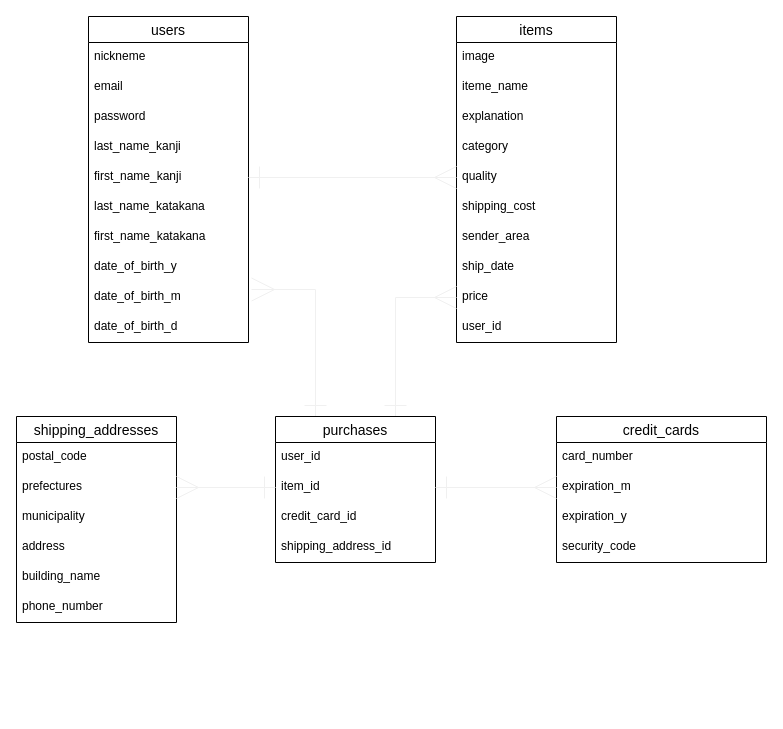
Above: furima_er.dio in hiropon0218/furima-32509 (draw.io), before the change. Source tidied: cells renumbered, new cells numbered last; positions are measured from the earlier drawing's top-left corner, leaving out a move shared by most shapes. Both pictures are drawn from the tidied source at 100%, with x=0, y=0 at pixel (16, 16).
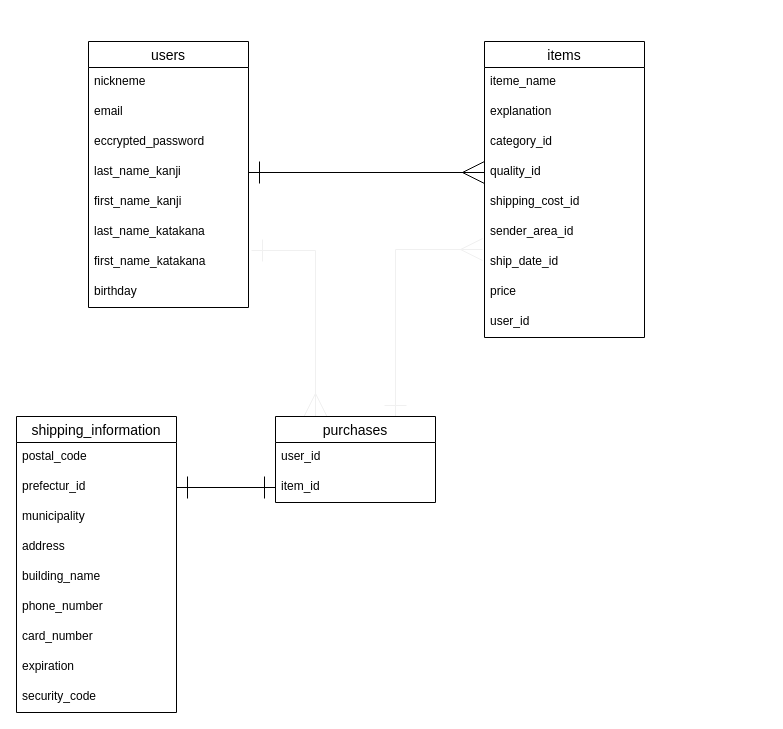
The same page after the edit.

The change refers to these unchanged cells:
```xml
<mxCell id="6" value="last_name_kanji" style="text;strokeColor=none;fillColor=none;spacingLeft=4;spacingRight=4;overflow=hidden;points=[[0,0.5],[1,0.5]];portConstraint=eastwest;fontSize=12;" parent="2" vertex="1">
  <mxGeometry y="116" width="160" height="30" as="geometry" />
</mxCell>
<mxCell id="7" value="first_name_kanji" style="text;strokeColor=none;fillColor=none;spacingLeft=4;spacingRight=4;overflow=hidden;points=[[0,0.5],[1,0.5]];portConstraint=eastwest;fontSize=12;" parent="2" vertex="1">
  <mxGeometry y="146" width="160" height="30" as="geometry" />
</mxCell>
<mxCell id="9" value="first_name_katakana" style="text;strokeColor=none;fillColor=none;spacingLeft=4;spacingRight=4;overflow=hidden;points=[[0,0.5],[1,0.5]];portConstraint=eastwest;fontSize=12;" parent="2" vertex="1">
  <mxGeometry y="206" width="160" height="30" as="geometry" />
</mxCell>
<mxCell id="40" value="item_id" style="text;strokeColor=none;fillColor=none;spacingLeft=4;spacingRight=4;overflow=hidden;points=[[0,0.5],[1,0.5]];portConstraint=eastwest;fontSize=12;" parent="38" vertex="1">
  <mxGeometry y="56" width="160" height="30" as="geometry" />
</mxCell>
```

The edit, as a diff of the source:
```diff
@@
     <mxCell id="2" value="users" style="swimlane;fontStyle=0;horizontal=1;startSize=26;align=center;fontSize=14;" parent="1" vertex="1">
-      <mxGeometry x="72" width="160" height="326" as="geometry" />
+      <mxGeometry x="72" y="25" width="160" height="266" as="geometry" />
     </mxCell>
@@
-    <mxCell id="5" value="password" style="text;strokeColor=none;fillColor=none;spacingLeft=4;spacingRight=4;overflow=hidden;fontSize=12;" parent="2" vertex="1">
+    <mxCell id="5" value="eccrypted_password" style="text;strokeColor=none;fillColor=none;spacingLeft=4;spacingRight=4;overflow=hidden;fontSize=12;" parent="2" vertex="1">
       <mxGeometry y="86" width="160" height="30" as="geometry" />
     </mxCell>
@@
-    <mxCell id="10" value="date_of_birth_y" style="text;strokeColor=none;fillColor=none;spacingLeft=4;spacingRight=4;overflow=hidden;fontSize=12;" parent="2" vertex="1">
+    <mxCell id="10" value="birthday" style="text;strokeColor=none;fillColor=none;spacingLeft=4;spacingRight=4;overflow=hidden;fontSize=12;" parent="2" vertex="1">
       <mxGeometry y="236" width="160" height="30" as="geometry" />
     </mxCell>
-    <mxCell id="11" value="date_of_birth_m" style="text;strokeColor=none;fillColor=none;spacingLeft=4;spacingRight=4;overflow=hidden;points=[[0,0.5],[1,0.5]];portConstraint=eastwest;fontSize=12;" parent="2" vertex="1">
-      <mxGeometry y="266" width="160" height="30" as="geometry" />
-    </mxCell>
-    <mxCell id="12" value="date_of_birth_d" style="text;strokeColor=none;fillColor=none;spacingLeft=4;spacingRight=4;overflow=hidden;fontSize=12;" parent="2" vertex="1">
-      <mxGeometry y="296" width="160" height="30" as="geometry" />
-    </mxCell>
     <mxCell id="13" value="items" style="swimlane;fontStyle=0;horizontal=1;startSize=26;align=center;fontSize=14;" parent="1" vertex="1">
-      <mxGeometry x="440" width="160" height="326" as="geometry" />
+      <mxGeometry x="468" y="25" width="160" height="296" as="geometry" />
     </mxCell>
-    <mxCell id="14" value="image" style="text;strokeColor=none;fillColor=none;spacingLeft=4;spacingRight=4;overflow=hidden;fontSize=12;" parent="13" vertex="1">
-      <mxGeometry y="26" width="160" height="30" as="geometry" />
-    </mxCell>
     <mxCell id="15" value="iteme_name" style="text;strokeColor=none;fillColor=none;spacingLeft=4;spacingRight=4;overflow=hidden;fontSize=12;" parent="13" vertex="1">
-      <mxGeometry y="56" width="160" height="30" as="geometry" />
+      <mxGeometry y="26" width="160" height="30" as="geometry" />
     </mxCell>
     <mxCell id="16" value="explanation" style="text;strokeColor=none;fillColor=none;spacingLeft=4;spacingRight=4;overflow=hidden;fontSize=12;" parent="13" vertex="1">
-      <mxGeometry y="86" width="160" height="30" as="geometry" />
+      <mxGeometry y="56" width="160" height="30" as="geometry" />
     </mxCell>
-    <mxCell id="17" value="category" style="text;strokeColor=none;fillColor=none;spacingLeft=4;spacingRight=4;overflow=hidden;fontSize=12;" parent="13" vertex="1">
-      <mxGeometry y="116" width="160" height="30" as="geometry" />
+    <mxCell id="17" value="category_id" style="text;strokeColor=none;fillColor=none;spacingLeft=4;spacingRight=4;overflow=hidden;fontSize=12;" parent="13" vertex="1">
+      <mxGeometry y="86" width="160" height="30" as="geometry" />
     </mxCell>
-    <mxCell id="18" value="quality" style="text;strokeColor=none;fillColor=none;spacingLeft=4;spacingRight=4;overflow=hidden;points=[[0,0.5],[1,0.5]];portConstraint=eastwest;fontSize=12;" parent="13" vertex="1">
-      <mxGeometry y="146" width="160" height="30" as="geometry" />
+    <mxCell id="18" value="quality_id" style="text;strokeColor=none;fillColor=none;spacingLeft=4;spacingRight=4;overflow=hidden;points=[[0,0.5],[1,0.5]];portConstraint=eastwest;fontSize=12;" parent="13" vertex="1">
+      <mxGeometry y="116" width="160" height="30" as="geometry" />
     </mxCell>
-    <mxCell id="19" value="shipping_cost" style="text;strokeColor=none;fillColor=none;spacingLeft=4;spacingRight=4;overflow=hidden;fontSize=12;" parent="13" vertex="1">
-      <mxGeometry y="176" width="160" height="30" as="geometry" />
+    <mxCell id="19" value="shipping_cost_id" style="text;strokeColor=none;fillColor=none;spacingLeft=4;spacingRight=4;overflow=hidden;fontSize=12;" parent="13" vertex="1">
+      <mxGeometry y="146" width="160" height="30" as="geometry" />
     </mxCell>
-    <mxCell id="20" value="sender_area" style="text;strokeColor=none;fillColor=none;spacingLeft=4;spacingRight=4;overflow=hidden;fontSize=12;" parent="13" vertex="1">
-      <mxGeometry y="206" width="160" height="30" as="geometry" />
+    <mxCell id="20" value="sender_area_id" style="text;strokeColor=none;fillColor=none;spacingLeft=4;spacingRight=4;overflow=hidden;fontSize=12;" parent="13" vertex="1">
+      <mxGeometry y="176" width="160" height="30" as="geometry" />
     </mxCell>
-    <mxCell id="21" value="ship_date" style="text;strokeColor=none;fillColor=none;spacingLeft=4;spacingRight=4;overflow=hidden;points=[[0,0.5],[1,0.5]];portConstraint=eastwest;fontSize=12;" parent="13" vertex="1">
-      <mxGeometry y="236" width="160" height="30" as="geometry" />
+    <mxCell id="21" value="ship_date_id" style="text;strokeColor=none;fillColor=none;spacingLeft=4;spacingRight=4;overflow=hidden;points=[[0,0.5],[1,0.5]];portConstraint=eastwest;fontSize=12;" parent="13" vertex="1">
+      <mxGeometry y="206" width="160" height="30" as="geometry" />
     </mxCell>
     <mxCell id="22" value="price" style="text;strokeColor=none;fillColor=none;spacingLeft=4;spacingRight=4;overflow=hidden;points=[[0,0.5],[1,0.5]];portConstraint=eastwest;fontSize=12;" parent="13" vertex="1">
-      <mxGeometry y="266" width="160" height="30" as="geometry" />
+      <mxGeometry y="236" width="160" height="30" as="geometry" />
     </mxCell>
     <mxCell id="23" value="user_id" style="text;strokeColor=none;fillColor=none;spacingLeft=4;spacingRight=4;overflow=hidden;fontSize=12;" parent="13" vertex="1">
-      <mxGeometry y="296" width="160" height="30" as="geometry" />
+      <mxGeometry y="266" width="160" height="30" as="geometry" />
     </mxCell>
-    <mxCell id="24" value="credit_cards" style="swimlane;fontStyle=0;horizontal=1;startSize=26;align=center;fontSize=14;" parent="1" vertex="1">
-      <mxGeometry x="540" y="400" width="210" height="146" as="geometry" />
-    </mxCell>
-    <mxCell id="25" value="card_number" style="text;strokeColor=none;fillColor=none;spacingLeft=4;spacingRight=4;overflow=hidden;fontSize=12;" parent="24" vertex="1">
-      <mxGeometry y="26" width="210" height="30" as="geometry" />
-    </mxCell>
-    <mxCell id="26" value="expiration_m" style="text;strokeColor=none;fillColor=none;spacingLeft=4;spacingRight=4;overflow=hidden;points=[[0,0.5],[1,0.5]];portConstraint=eastwest;fontSize=12;" parent="24" vertex="1">
-      <mxGeometry y="56" width="210" height="30" as="geometry" />
-    </mxCell>
-    <mxCell id="27" value="expiration_y" style="text;strokeColor=none;fillColor=none;spacingLeft=4;spacingRight=4;overflow=hidden;fontSize=12;" parent="24" vertex="1">
-      <mxGeometry y="86" width="210" height="30" as="geometry" />
-    </mxCell>
-    <mxCell id="28" value="security_code" style="text;strokeColor=none;fillColor=none;spacingLeft=4;spacingRight=4;overflow=hidden;fontSize=12;" parent="24" vertex="1">
-      <mxGeometry y="116" width="210" height="30" as="geometry" />
-    </mxCell>
-    <mxCell id="29" value="shipping_addresses" style="swimlane;fontStyle=0;horizontal=1;startSize=26;align=center;fontSize=14;" parent="1" vertex="1">
-      <mxGeometry y="400" width="160" height="206" as="geometry" />
+    <mxCell id="29" value="shipping_information" style="swimlane;fontStyle=0;horizontal=1;startSize=26;align=center;fontSize=14;" parent="1" vertex="1">
+      <mxGeometry y="400" width="160" height="296" as="geometry" />
     </mxCell>
@@
-    <mxCell id="31" value="prefectures" style="text;strokeColor=none;fillColor=none;spacingLeft=4;spacingRight=4;overflow=hidden;points=[[0,0.5],[1,0.5]];portConstraint=eastwest;fontSize=12;" parent="29" vertex="1">
+    <mxCell id="31" value="prefectur_id" style="text;strokeColor=none;fillColor=none;spacingLeft=4;spacingRight=4;overflow=hidden;points=[[0,0.5],[1,0.5]];portConstraint=eastwest;fontSize=12;" parent="29" vertex="1">
       <mxGeometry y="56" width="160" height="30" as="geometry" />
     </mxCell>
@@
+    <mxCell id="25" value="card_number" style="text;strokeColor=none;fillColor=none;spacingLeft=4;spacingRight=4;overflow=hidden;fontSize=12;" parent="29" vertex="1">
+      <mxGeometry y="206" width="160" height="30" as="geometry" />
+    </mxCell>
+    <mxCell id="26" value="expiration" style="text;strokeColor=none;fillColor=none;spacingLeft=4;spacingRight=4;overflow=hidden;points=[[0,0.5],[1,0.5]];portConstraint=eastwest;fontSize=12;" parent="29" vertex="1">
+      <mxGeometry y="236" width="160" height="30" as="geometry" />
+    </mxCell>
+    <mxCell id="28" value="security_code" style="text;strokeColor=none;fillColor=none;spacingLeft=4;spacingRight=4;overflow=hidden;fontSize=12;" parent="29" vertex="1">
+      <mxGeometry y="266" width="160" height="30" as="geometry" />
+    </mxCell>
-    <mxCell id="36" style="edgeStyle=orthogonalEdgeStyle;rounded=0;jettySize=auto;html=1;exitX=0.75;exitY=0;exitDx=0;exitDy=0;entryX=0;entryY=0.5;entryDx=0;entryDy=0;endArrow=ERmany;endFill=0;endSize=20;strokeColor=#f0f0f0;strokeWidth=1;startArrow=ERone;startFill=0;startSize=20;" parent="1" edge="1" source="38" target="22">
-      <mxGeometry relative="1" as="geometry" />
+    <mxCell id="36" style="edgeStyle=orthogonalEdgeStyle;rounded=0;jettySize=auto;html=1;exitX=0.75;exitY=0;exitDx=0;exitDy=0;endArrow=ERmany;endFill=0;endSize=20;strokeColor=#f0f0f0;strokeWidth=1;startArrow=ERone;startFill=0;startSize=20;entryX=-0.012;entryY=0.067;entryDx=0;entryDy=0;entryPerimeter=0;" parent="1" edge="1" source="38" target="21">
+      <mxGeometry relative="1" as="geometry">
+        <Array as="points">
+          <mxPoint x="379" y="233" />
+        </Array>
+      </mxGeometry>
     </mxCell>
-    <mxCell id="37" style="edgeStyle=orthogonalEdgeStyle;rounded=0;jettySize=auto;html=1;exitX=0.25;exitY=0;exitDx=0;exitDy=0;entryX=1.019;entryY=0.233;entryDx=0;entryDy=0;entryPerimeter=0;startArrow=ERone;startFill=0;startSize=20;endArrow=ERmany;endFill=0;endSize=21;strokeColor=#f0f0f0;strokeWidth=1;" parent="1" edge="1" source="38" target="11">
+    <mxCell id="37" style="edgeStyle=orthogonalEdgeStyle;rounded=0;jettySize=auto;html=1;entryX=0.25;entryY=0;entryDx=0;entryDy=0;startArrow=ERone;startFill=0;startSize=20;endArrow=ERmany;endFill=0;endSize=21;strokeColor=#f0f0f0;strokeWidth=1;exitX=1.019;exitY=0.1;exitDx=0;exitDy=0;exitPerimeter=0;" parent="1" edge="1" source="9" target="38">
       <mxGeometry relative="1" as="geometry">
         <Array as="points">
-          <mxPoint x="299" y="273" />
+          <mxPoint x="299" y="234" />
         </Array>
       </mxGeometry>
     </mxCell>
     <mxCell id="38" value="purchases" style="swimlane;fontStyle=0;horizontal=1;startSize=26;align=center;fontSize=14;" parent="1" vertex="1">
-      <mxGeometry x="259" y="400" width="160" height="146" as="geometry" />
+      <mxGeometry x="259" y="400" width="160" height="86" as="geometry" />
     </mxCell>
@@
-    <mxCell id="41" value="credit_card_id" style="text;strokeColor=none;fillColor=none;spacingLeft=4;spacingRight=4;overflow=hidden;fontSize=12;" parent="38" vertex="1">
-      <mxGeometry y="86" width="160" height="30" as="geometry" />
-    </mxCell>
-    <mxCell id="42" value="shipping_address_id" style="text;strokeColor=none;fillColor=none;spacingLeft=4;spacingRight=4;overflow=hidden;fontSize=12;" parent="38" vertex="1">
-      <mxGeometry y="116" width="160" height="30" as="geometry" />
-    </mxCell>
-    <mxCell id="43" style="edgeStyle=orthogonalEdgeStyle;rounded=0;jettySize=auto;html=1;exitX=1;exitY=0.5;exitDx=0;exitDy=0;entryX=0;entryY=0.5;entryDx=0;entryDy=0;strokeColor=#f0f0f0;endArrow=ERmany;endFill=0;endSize=20;startArrow=ERone;startFill=0;startSize=20;" parent="1" edge="1" source="40" target="26">
-      <mxGeometry relative="1" as="geometry" />
-    </mxCell>
-    <mxCell id="44" style="edgeStyle=orthogonalEdgeStyle;rounded=0;jettySize=auto;html=1;strokeColor=#f0f0f0;exitX=0;exitY=0.5;exitDx=0;exitDy=0;endArrow=ERmany;endFill=0;endSize=20;startSize=20;startArrow=ERone;startFill=0;" parent="1" edge="1" source="40" target="31">
+    <mxCell id="44" style="edgeStyle=orthogonalEdgeStyle;rounded=0;jettySize=auto;html=1;exitX=0;exitY=0.5;exitDx=0;exitDy=0;entryX=1;entryY=0.5;entryDx=0;entryDy=0;startArrow=ERone;startFill=0;startSize=20;endArrow=ERone;endFill=0;endSize=20;" parent="1" edge="1" source="40" target="31">
       <mxGeometry relative="1" as="geometry" />
     </mxCell>
-    <mxCell id="45" style="edgeStyle=orthogonalEdgeStyle;rounded=0;jettySize=auto;html=1;startArrow=ERone;startFill=0;startSize=20;endArrow=ERmany;endFill=0;endSize=20;strokeColor=#f0f0f0;strokeWidth=1;entryX=0;entryY=0.5;entryDx=0;entryDy=0;" parent="1" edge="1" source="7" target="18">
-      <mxGeometry relative="1" as="geometry" />
-    </mxCell>
+    <mxCell id="46" style="edgeStyle=orthogonalEdgeStyle;rounded=0;jettySize=auto;html=1;entryX=0;entryY=0.5;entryDx=0;entryDy=0;startArrow=ERone;startFill=0;startSize=20;endArrow=ERmany;endFill=0;strokeWidth=1;endSize=20;" parent="1" edge="1" source="6" target="18">
+      <mxGeometry relative="1" as="geometry" />
+    </mxCell>
```
